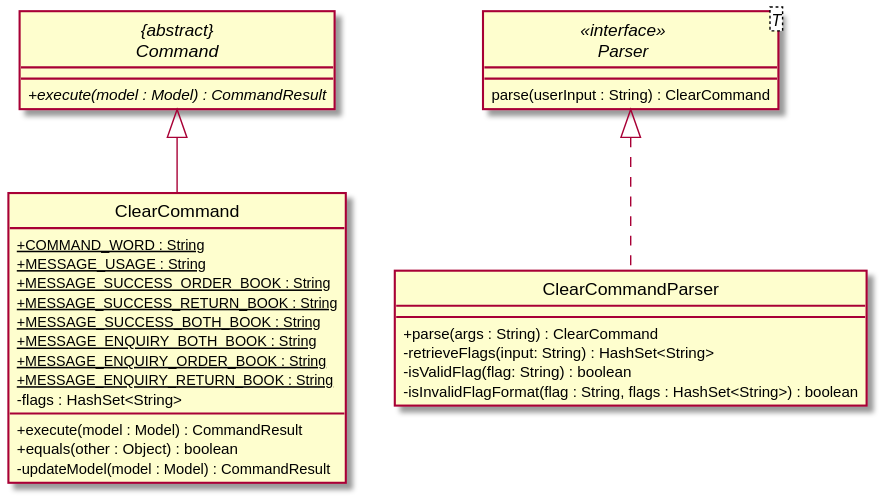
This is docs/images/ClearClassDiagram.svg from nus-cs2103-AY1920S2/addressbook-level3, a PlantUML export, as it was before one commit.
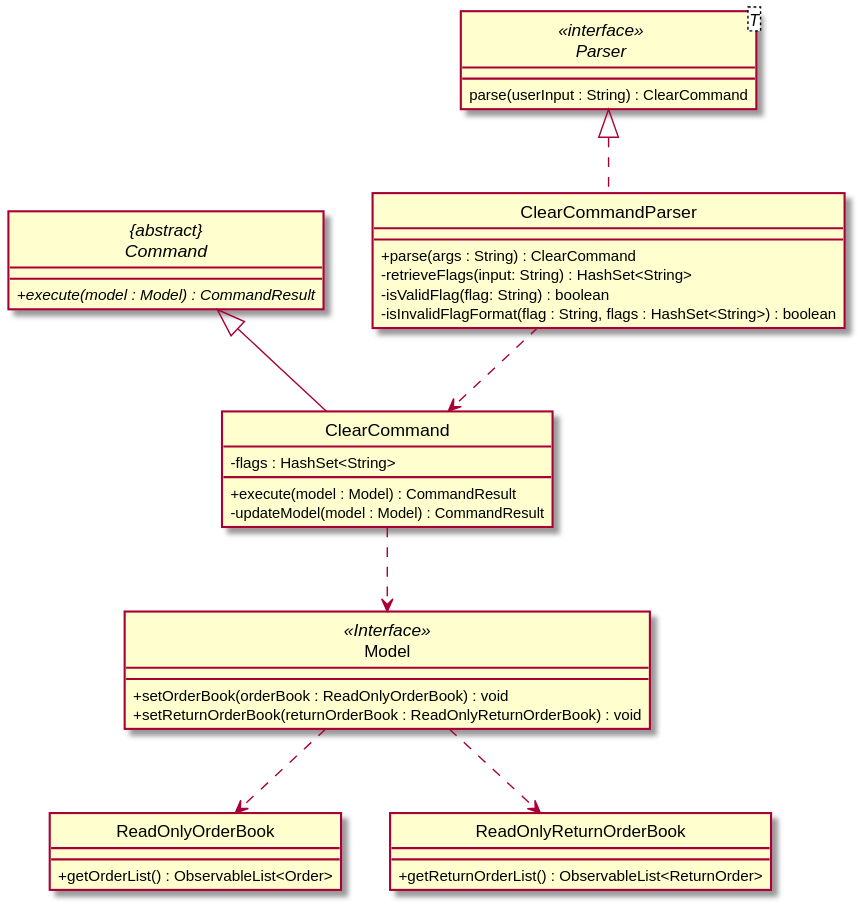
The same diagram one commit later.

What changed in the source:
```diff
@@ -18,20 +18,30 @@
     + {abstract} execute(model : Model) : CommandResult
 }
 
+class Model <<Interface>> {
+    + setOrderBook(orderBook : ReadOnlyOrderBook) : void
+    + setReturnOrderBook(returnOrderBook : ReadOnlyReturnOrderBook) : void
+}
+
+ClearCommandParser ..> ClearCommand
+Model ..> ReadOnlyOrderBook
+Model ..> ReadOnlyReturnOrderBook
+
+class ReadOnlyOrderBook {
+    + getOrderList() : ObservableList<Order>
+}
+
+class ReadOnlyReturnOrderBook {
+    + getReturnOrderList() : ObservableList<ReturnOrder>
+}
+
 class ClearCommand {
-    + {static} COMMAND_WORD : String
-    + {static} MESSAGE_USAGE : String
-    + {static} MESSAGE_SUCCESS_ORDER_BOOK : String
-    + {static} MESSAGE_SUCCESS_RETURN_BOOK : String
-    + {static} MESSAGE_SUCCESS_BOTH_BOOK : String
-    + {static} MESSAGE_ENQUIRY_BOTH_BOOK : String
-    + {static} MESSAGE_ENQUIRY_ORDER_BOOK : String
-    + {static} MESSAGE_ENQUIRY_RETURN_BOOK : String
     - flags : HashSet<String>
 
     + execute(model : Model) : CommandResult
-    + equals(other : Object) : boolean
     - updateModel(model : Model) : CommandResult
 }
+
+ClearCommand ..> Model
 ClearCommand --up|> "{abstract}\nCommand"
 @enduml
```
